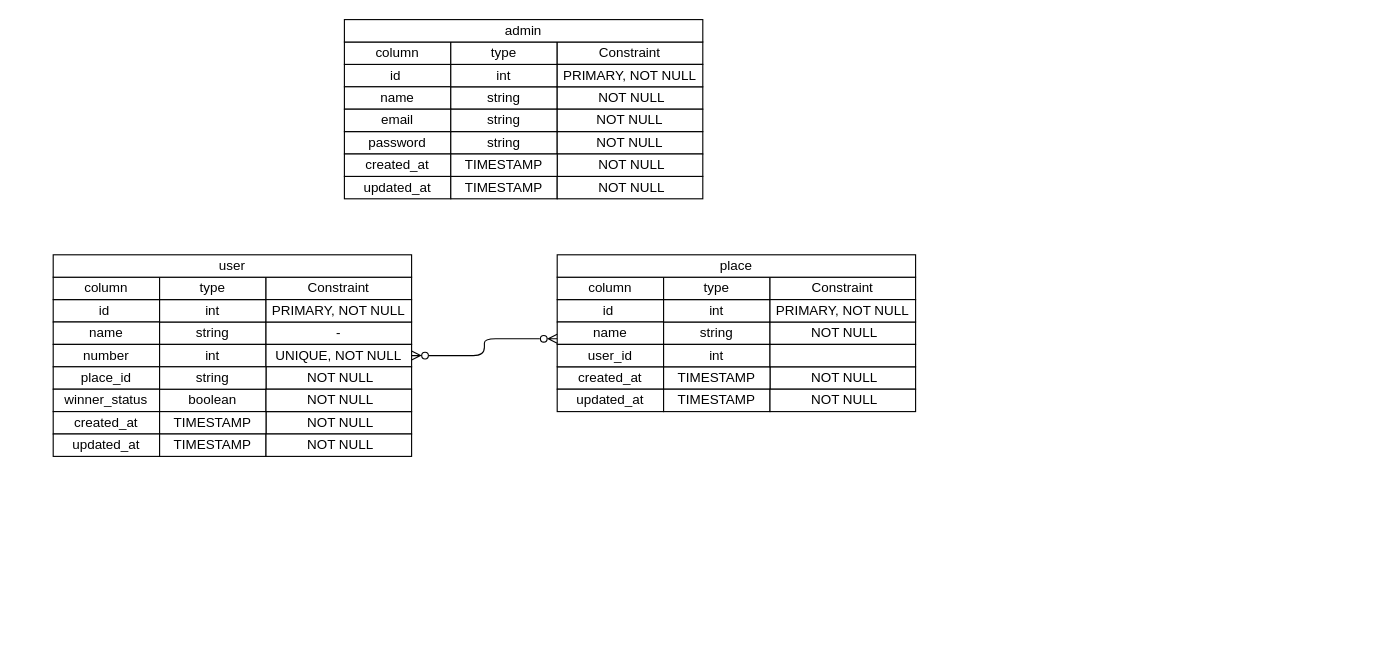
Above: lottery.drawio in NUTFes/lottery (draw.io), before the change. Source tidied: cells renumbered, new cells numbered last; positions are measured from the earlier drawing's top-left corner, leaving out a move shared by most shapes. Both pictures are drawn from the tidied source at 112%, with x=0, y=0 at pixel (53, 19).
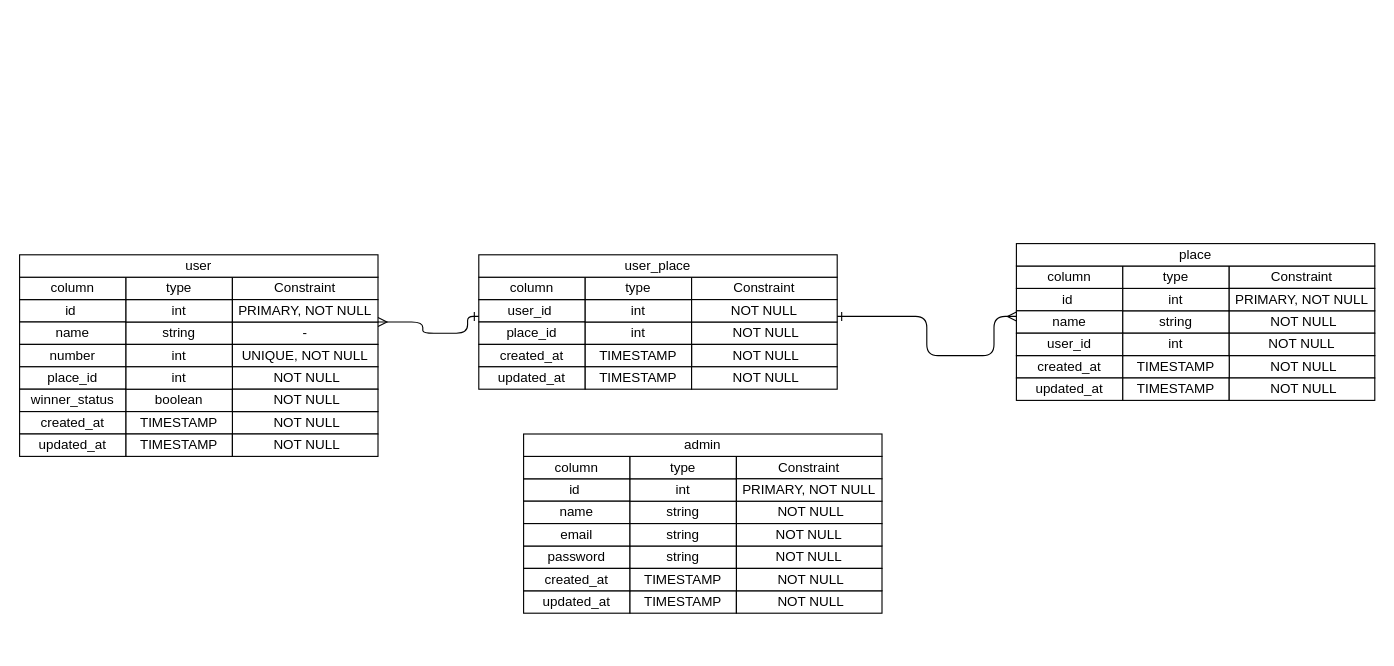
Above is the later version.

Commit message:
dev/issue213 ER図　中間テーブル追加

The change refers to these unchanged cells:
```xml
<mxCell id="3" style="group;" parent="2" vertex="1">
  <mxGeometry y="20" width="320" height="160" as="geometry" />
</mxCell>
<mxCell id="16" value="UNIQUE, NOT NULL" style="whiteSpace=wrap;html=1;" parent="3" vertex="1">
  <mxGeometry x="190" y="60" width="130" height="20" as="geometry" />
</mxCell>
<mxCell id="29" value="PRIMARY, NOT NULL" style="whiteSpace=wrap;html=1;" parent="2" vertex="1">
  <mxGeometry x="190" y="40" width="130" height="20" as="geometry" />
</mxCell>
<mxCell id="33" style="group;" parent="32" vertex="1">
  <mxGeometry width="320" height="120" as="geometry" />
</mxCell>
<mxCell id="37" value="name" style="whiteSpace=wrap;html=1;" parent="35" vertex="1">
  <mxGeometry y="40" width="95" height="20" as="geometry" />
</mxCell>
```

Diff of the diagram source:
```diff
@@
     <mxCell id="2" style="group;" parent="1" vertex="1">
-      <mxGeometry y="210" width="320" height="180" as="geometry" />
+      <mxGeometry x="-30" y="210" width="320" height="180" as="geometry" />
     </mxCell>
@@
-    <mxCell id="22" value="string" style="whiteSpace=wrap;html=1;" parent="3" vertex="1">
+    <mxCell id="22" value="int" style="whiteSpace=wrap;html=1;" parent="3" vertex="1">
       <mxGeometry x="95" y="80" width="95" height="20" as="geometry" />
     </mxCell>
@@
     <mxCell id="31" style="group;" parent="1" vertex="1">
-      <mxGeometry x="450" y="210" width="320" height="180" as="geometry" />
+      <mxGeometry x="860" y="200" width="320" height="180" as="geometry" />
     </mxCell>
@@
-    <mxCell id="53" style="whiteSpace=wrap;html=1;" parent="33" vertex="1">
+    <mxCell id="53" value="NOT NULL" style="whiteSpace=wrap;html=1;" parent="33" vertex="1">
       <mxGeometry x="190" y="60" width="130" height="20" as="geometry" />
     </mxCell>
@@
     <mxCell id="56" style="group;" parent="1" vertex="1">
-      <mxGeometry x="260" width="320" height="190" as="geometry" />
+      <mxGeometry x="420" y="370" width="320" height="190" as="geometry" />
     </mxCell>
@@
-    <mxCell id="82" style="edgeStyle=orthogonalEdgeStyle;html=1;exitX=1;exitY=0.5;exitDx=0;exitDy=0;entryX=0;entryY=0.75;entryDx=0;entryDy=0;startArrow=ERzeroToMany;startFill=0;endArrow=ERzeroToMany;endFill=0;" parent="1" edge="1" source="16" target="37">
-      <mxGeometry relative="1" as="geometry" />
+    <mxCell id="82" style="group;" parent="1" vertex="1">
+      <mxGeometry x="380" y="210" width="320" height="180" as="geometry" />
     </mxCell>
+    <mxCell id="83" style="group;" parent="82" vertex="1">
+      <mxGeometry y="20" width="320" height="160" as="geometry" />
+    </mxCell>
+    <mxCell id="84" style="group;" parent="83" vertex="1">
+      <mxGeometry width="320" height="120" as="geometry" />
+    </mxCell>
+    <mxCell id="85" style="group;" parent="84" vertex="1">
+      <mxGeometry width="320" height="120" as="geometry" />
+    </mxCell>
+    <mxCell id="86" style="group;" parent="85" vertex="1">
+      <mxGeometry width="320" height="120" as="geometry" />
+    </mxCell>
+    <mxCell id="87" value="user_id&amp;nbsp;" style="whiteSpace=wrap;html=1;" parent="86" vertex="1">
+      <mxGeometry y="20" width="95" height="20" as="geometry" />
+    </mxCell>
+    <mxCell id="88" value="place_id" style="whiteSpace=wrap;html=1;" parent="86" vertex="1">
+      <mxGeometry y="40" width="95" height="20" as="geometry" />
+    </mxCell>
+    <mxCell id="89" value="column" style="whiteSpace=wrap;html=1;" parent="86" vertex="1">
+      <mxGeometry width="95" height="20" as="geometry" />
+    </mxCell>
+    <mxCell id="90" value="created_at" style="whiteSpace=wrap;html=1;" parent="86" vertex="1">
+      <mxGeometry y="60" width="95" height="20" as="geometry" />
+    </mxCell>
+    <mxCell id="91" value="updated_at" style="whiteSpace=wrap;html=1;" parent="86" vertex="1">
+      <mxGeometry y="80" width="95" height="20" as="geometry" />
+    </mxCell>
+    <mxCell id="92" style="group;" parent="86" vertex="1">
+      <mxGeometry x="95" width="225" height="120" as="geometry" />
+    </mxCell>
+    <mxCell id="93" value="int" style="whiteSpace=wrap;html=1;" parent="92" vertex="1">
+      <mxGeometry y="40" width="95" height="20" as="geometry" />
+    </mxCell>
+    <mxCell id="94" value="int" style="whiteSpace=wrap;html=1;" parent="92" vertex="1">
+      <mxGeometry y="20" width="95" height="20" as="geometry" />
+    </mxCell>
+    <mxCell id="95" value="&amp;nbsp;NOT NULL" style="whiteSpace=wrap;html=1;" parent="92" vertex="1">
+      <mxGeometry x="95" y="40" width="130" height="20" as="geometry" />
+    </mxCell>
+    <mxCell id="96" value="type" style="whiteSpace=wrap;html=1;" parent="92" vertex="1">
+      <mxGeometry width="95" height="20" as="geometry" />
+    </mxCell>
+    <mxCell id="97" value="Constraint" style="whiteSpace=wrap;html=1;" parent="92" vertex="1">
+      <mxGeometry x="95" width="130" height="20" as="geometry" />
+    </mxCell>
+    <mxCell id="98" value="&amp;nbsp;NOT NULL" style="whiteSpace=wrap;html=1;" parent="92" vertex="1">
+      <mxGeometry x="95" y="60" width="130" height="20" as="geometry" />
+    </mxCell>
+    <mxCell id="99" value="TIMESTAMP" style="whiteSpace=wrap;html=1;" parent="92" vertex="1">
+      <mxGeometry y="60" width="95" height="20" as="geometry" />
+    </mxCell>
+    <mxCell id="100" value="&lt;span&gt;TIMESTAMP&lt;/span&gt;" style="whiteSpace=wrap;html=1;" parent="92" vertex="1">
+      <mxGeometry y="80" width="95" height="20" as="geometry" />
+    </mxCell>
+    <mxCell id="101" value="&amp;nbsp;NOT NULL" style="whiteSpace=wrap;html=1;" parent="92" vertex="1">
+      <mxGeometry x="95" y="80" width="130" height="20" as="geometry" />
+    </mxCell>
+    <mxCell id="102" value="NOT NULL" style="whiteSpace=wrap;html=1;" parent="82" vertex="1">
+      <mxGeometry x="190" y="40" width="130" height="20" as="geometry" />
+    </mxCell>
+    <mxCell id="103" value="user_place" style="whiteSpace=wrap;html=1;" parent="82" vertex="1">
+      <mxGeometry width="320" height="20" as="geometry" />
+    </mxCell>
+    <mxCell id="104" style="edgeStyle=orthogonalEdgeStyle;html=1;exitX=1;exitY=1;exitDx=0;exitDy=0;entryX=0;entryY=0.75;entryDx=0;entryDy=0;endArrow=ERone;endFill=0;startArrow=ERmany;startFill=0;" parent="1" edge="1" source="29" target="87">
+      <mxGeometry relative="1" as="geometry">
+        <Array as="points">
+          <mxPoint x="330" y="280" />
+          <mxPoint x="370" y="280" />
+          <mxPoint x="370" y="265" />
+        </Array>
+      </mxGeometry>
+    </mxCell>
+    <mxCell id="105" style="edgeStyle=orthogonalEdgeStyle;html=1;exitX=1;exitY=0.75;exitDx=0;exitDy=0;startArrow=ERone;startFill=0;endArrow=ERmany;endFill=0;" parent="1" edge="1" source="102">
+      <mxGeometry relative="1" as="geometry">
+        <mxPoint x="860" y="265" as="targetPoint" />
+        <Array as="points">
+          <mxPoint x="780" y="265" />
+          <mxPoint x="780" y="300" />
+          <mxPoint x="840" y="300" />
+          <mxPoint x="840" y="265" />
+        </Array>
+      </mxGeometry>
+    </mxCell>
```
